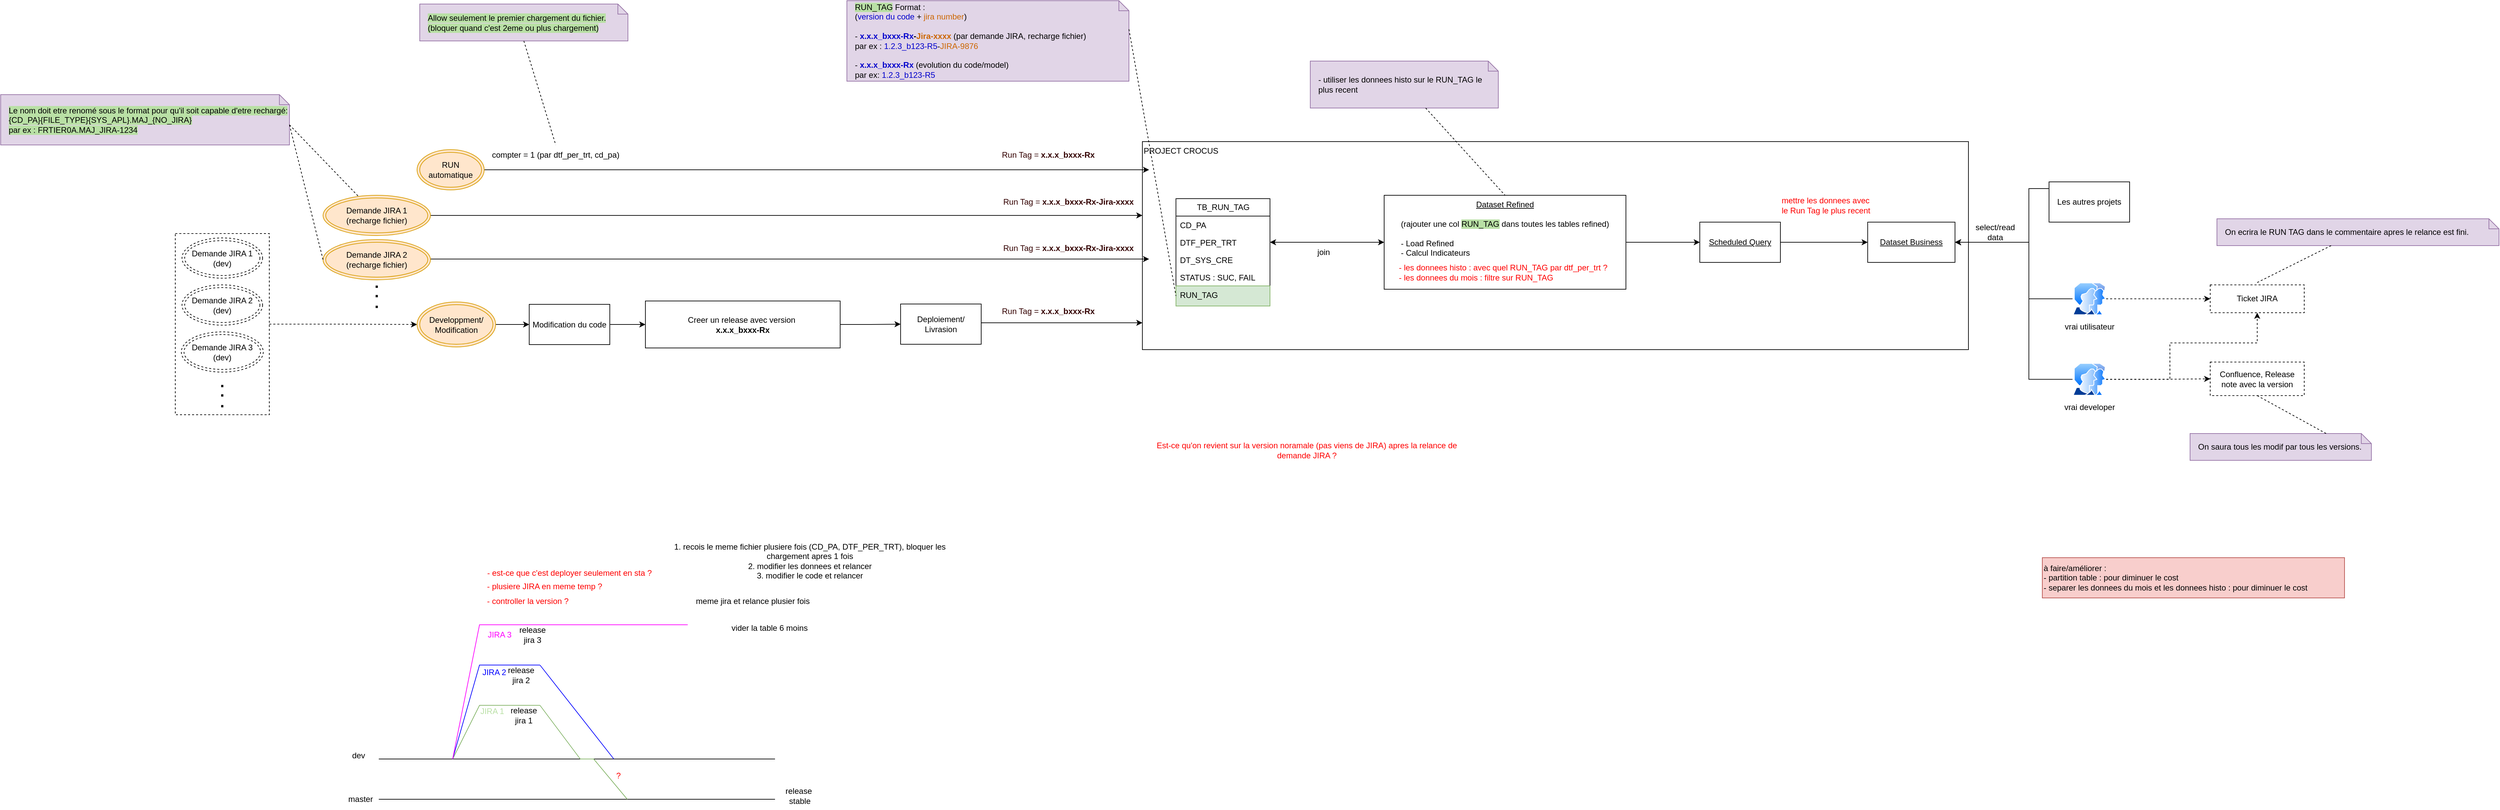
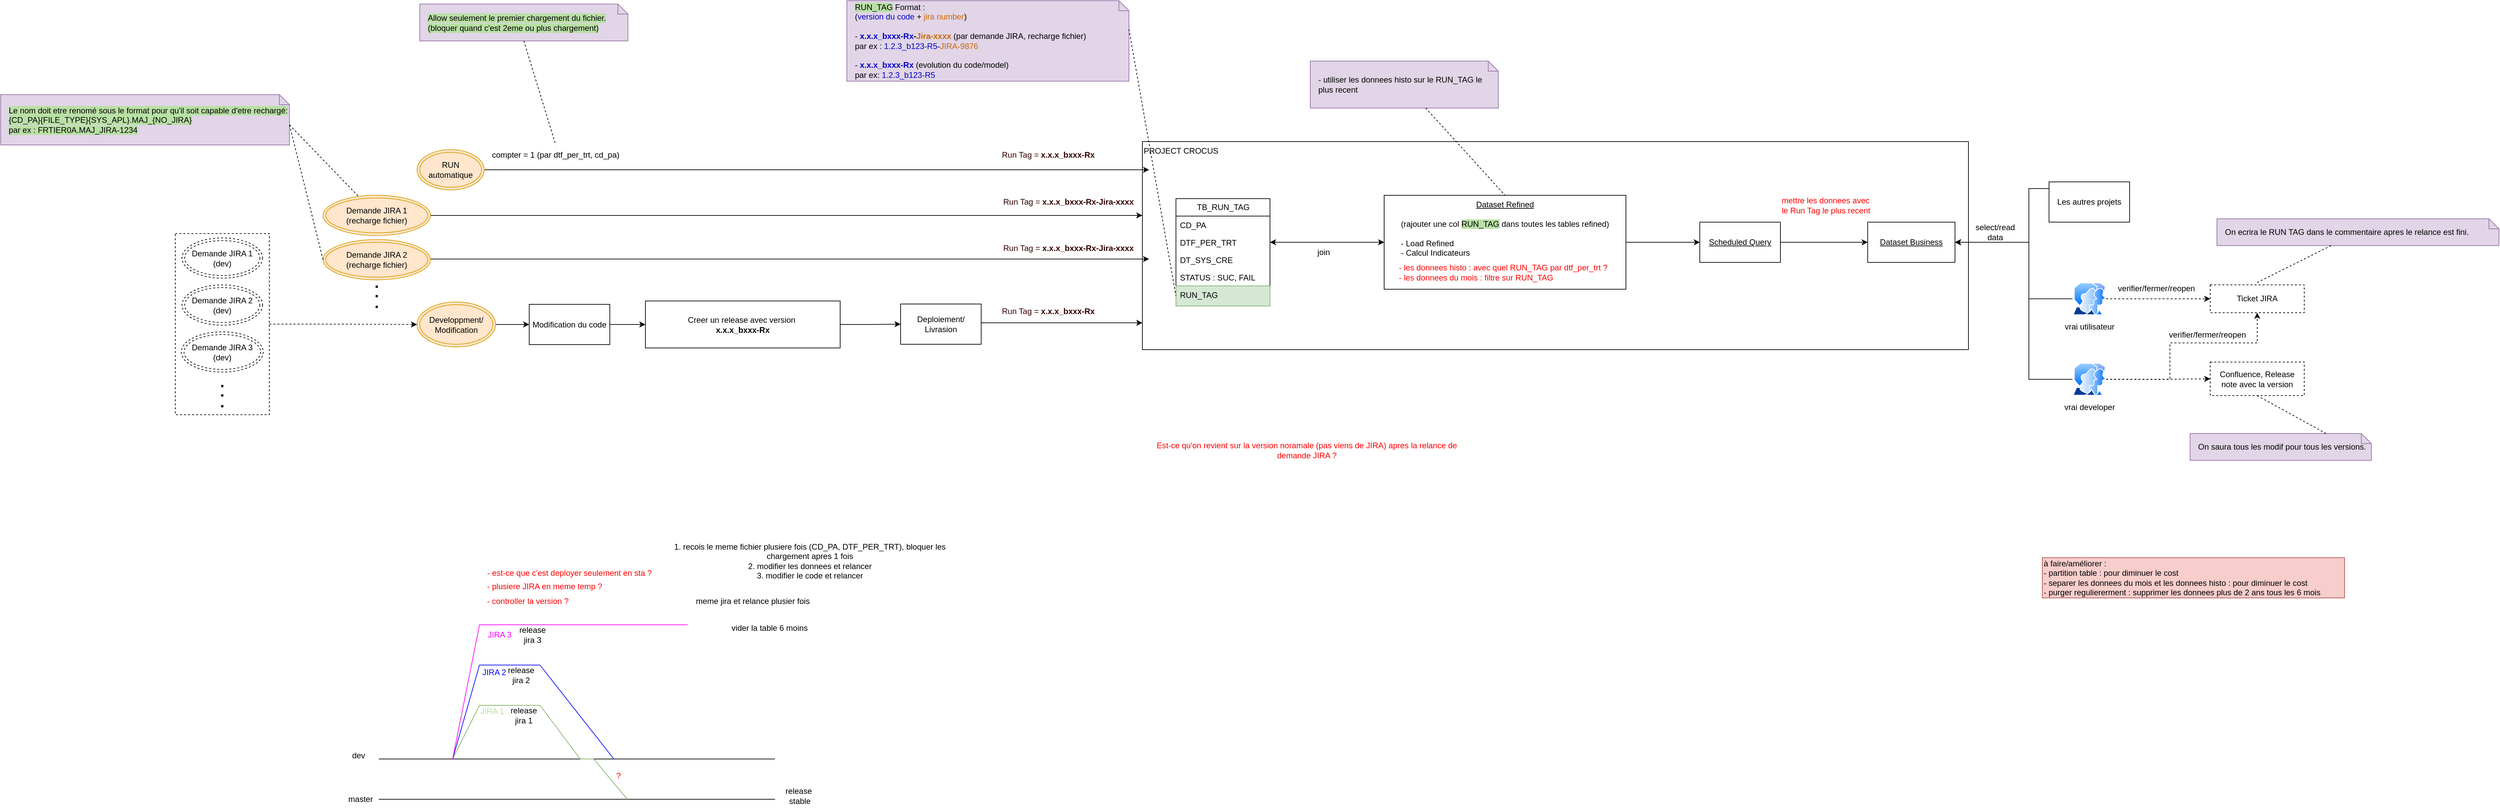
<mxfile host="app.diagrams.net">
  <diagram name="Page-1" id="bEAYSmEDHXBXhFzCy1HB">
    <mxGraphModel dx="3589" dy="2087" grid="1" gridSize="10" guides="1" tooltips="1" connect="1" arrows="1" fold="1" page="1" pageScale="1" pageWidth="827" pageHeight="1169" math="0" shadow="0">
      <root>
        <mxCell id="0" />
        <mxCell id="1" parent="0" />
        <mxCell id="cKu8MT6L8Fp_BZaxLZj7-22" edge="1" parent="1" source="cKu8MT6L8Fp_BZaxLZj7-16" style="edgeStyle=orthogonalEdgeStyle;rounded=0;orthogonalLoop=1;jettySize=auto;html=1;dashed=1;" target="QUzsFoNl6aFI_2ed8XXq-33">
          <mxGeometry relative="1" as="geometry">
            <Array as="points" />
            <mxPoint x="-937.4999999999995" y="382" as="sourcePoint" />
            <mxPoint x="-602.4999999999995" y="365" as="targetPoint" />
          </mxGeometry>
        </mxCell>
        <mxCell id="cKu8MT6L8Fp_BZaxLZj7-16" parent="1" style="rounded=0;whiteSpace=wrap;html=1;dashed=1;" value="" vertex="1">
          <mxGeometry height="270" width="140" x="-1070" y="247" as="geometry" />
        </mxCell>
        <mxCell id="QUzsFoNl6aFI_2ed8XXq-13" parent="1" style="rounded=0;whiteSpace=wrap;html=1;align=left;verticalAlign=top;" value="PROJECT CROCUS" vertex="1">
          <mxGeometry height="310" width="1230" x="370" y="110" as="geometry" />
        </mxCell>
        <mxCell id="QUzsFoNl6aFI_2ed8XXq-1" parent="1" style="swimlane;fontStyle=0;childLayout=stackLayout;horizontal=1;startSize=26;fillColor=none;horizontalStack=0;resizeParent=1;resizeParentMax=0;resizeLast=0;collapsible=1;marginBottom=0;html=1;" value="TB_RUN_TAG" vertex="1">
          <mxGeometry height="160" width="140" x="420" y="195" as="geometry" />
        </mxCell>
        <mxCell id="QUzsFoNl6aFI_2ed8XXq-2" parent="QUzsFoNl6aFI_2ed8XXq-1" style="text;strokeColor=none;fillColor=none;align=left;verticalAlign=top;spacingLeft=4;spacingRight=4;overflow=hidden;rotatable=0;points=[[0,0.5],[1,0.5]];portConstraint=eastwest;whiteSpace=wrap;html=1;" value="CD_PA" vertex="1">
          <mxGeometry height="26" width="140" y="26" as="geometry" />
        </mxCell>
        <mxCell id="QUzsFoNl6aFI_2ed8XXq-3" parent="QUzsFoNl6aFI_2ed8XXq-1" style="text;strokeColor=none;fillColor=none;align=left;verticalAlign=top;spacingLeft=4;spacingRight=4;overflow=hidden;rotatable=0;points=[[0,0.5],[1,0.5]];portConstraint=eastwest;whiteSpace=wrap;html=1;" value="DTF_PER_TRT" vertex="1">
          <mxGeometry height="26" width="140" y="52" as="geometry" />
        </mxCell>
        <mxCell id="QUzsFoNl6aFI_2ed8XXq-4" parent="QUzsFoNl6aFI_2ed8XXq-1" style="text;strokeColor=none;fillColor=none;align=left;verticalAlign=top;spacingLeft=4;spacingRight=4;overflow=hidden;rotatable=0;points=[[0,0.5],[1,0.5]];portConstraint=eastwest;whiteSpace=wrap;html=1;" value="DT_SYS_CRE" vertex="1">
          <mxGeometry height="26" width="140" y="78" as="geometry" />
        </mxCell>
        <mxCell id="QUzsFoNl6aFI_2ed8XXq-105" parent="QUzsFoNl6aFI_2ed8XXq-1" style="text;strokeColor=none;fillColor=none;align=left;verticalAlign=top;spacingLeft=4;spacingRight=4;overflow=hidden;rotatable=0;points=[[0,0.5],[1,0.5]];portConstraint=eastwest;whiteSpace=wrap;html=1;" value="STATUS : SUC, FAIL" vertex="1">
          <mxGeometry height="26" width="140" y="104" as="geometry" />
        </mxCell>
        <mxCell id="QUzsFoNl6aFI_2ed8XXq-5" parent="QUzsFoNl6aFI_2ed8XXq-1" style="text;strokeColor=#82b366;fillColor=#d5e8d4;align=left;verticalAlign=top;spacingLeft=4;spacingRight=4;overflow=hidden;rotatable=0;points=[[0,0.5],[1,0.5]];portConstraint=eastwest;whiteSpace=wrap;html=1;" value="RUN_TAG" vertex="1">
          <mxGeometry height="30" width="140" y="130" as="geometry" />
        </mxCell>
        <mxCell id="QUzsFoNl6aFI_2ed8XXq-7" parent="1" style="shape=note;size=15;align=left;spacingLeft=10;html=1;whiteSpace=wrap;fillColor=#e1d5e7;strokeColor=#9673a6;" value="&lt;span style=&quot;background-color: rgb(185, 224, 165);&quot;&gt;RUN_TAG&lt;/span&gt; Format :&amp;nbsp;&lt;div&gt;(&lt;font style=&quot;color: rgb(0, 0, 204);&quot;&gt;version du code&lt;/font&gt; +&lt;font style=&quot;color: rgb(204, 102, 0);&quot;&gt; &lt;font&gt;jira number&lt;/font&gt;&lt;/font&gt;)&lt;/div&gt;&lt;div&gt;&lt;br&gt;&lt;div&gt;- &lt;b&gt;&lt;font style=&quot;color: rgb(0, 0, 204);&quot;&gt;x.x.x_bxxx-Rx&lt;/font&gt;-&lt;font style=&quot;color: rgb(204, 102, 0);&quot;&gt;Jira-xxxx&lt;/font&gt;&lt;/b&gt; (par demande JIRA, recharge fichier)&amp;nbsp;&lt;/div&gt;&lt;div&gt;par ex : &lt;font style=&quot;color: rgb(0, 0, 204);&quot;&gt;1.2.3_b123-R5&lt;/font&gt;-&lt;font style=&quot;color: rgb(204, 102, 0);&quot;&gt;JIRA-9876&lt;/font&gt;&lt;/div&gt;&lt;div&gt;&lt;br&gt;&lt;/div&gt;&lt;div&gt;-&lt;b&gt; &lt;font style=&quot;color: rgb(0, 0, 204);&quot;&gt;x.x.x_bxxx-Rx&lt;/font&gt;&lt;/b&gt; (evolution du code/model)&lt;/div&gt;&lt;div&gt;&lt;span style=&quot;background-color: transparent; color: light-dark(rgb(0, 0, 0), rgb(255, 255, 255));&quot;&gt;par ex: &lt;/span&gt;&lt;span style=&quot;background-color: transparent;&quot;&gt;&lt;font style=&quot;color: light-dark(rgb(0, 0, 204), rgb(255, 255, 255));&quot;&gt;1.2.3_b123-R5&lt;/font&gt;&lt;/span&gt;&lt;/div&gt;&lt;/div&gt;" vertex="1">
          <mxGeometry height="120" width="420" x="-70" y="-100" as="geometry" />
        </mxCell>
        <mxCell id="QUzsFoNl6aFI_2ed8XXq-8" edge="1" parent="1" source="QUzsFoNl6aFI_2ed8XXq-7" style="edgeStyle=none;endArrow=none;exitX=0;exitY=0;dashed=1;html=1;rounded=0;entryX=0;entryY=0.5;entryDx=0;entryDy=0;exitDx=420;exitDy=42.5;exitPerimeter=0;" target="QUzsFoNl6aFI_2ed8XXq-5" value="">
          <mxGeometry relative="1" x="1" as="geometry">
            <mxPoint x="590" y="660" as="targetPoint" />
          </mxGeometry>
        </mxCell>
        <mxCell id="QUzsFoNl6aFI_2ed8XXq-10" parent="1" style="rounded=0;whiteSpace=wrap;html=1;dashed=1;" value="Confluence, Release note avec la v&lt;span style=&quot;background-color: transparent; color: light-dark(rgb(0, 0, 0), rgb(255, 255, 255));&quot;&gt;ersion&lt;/span&gt;" vertex="1">
          <mxGeometry height="50" width="140" x="1960" y="438.5" as="geometry" />
        </mxCell>
        <mxCell id="QUzsFoNl6aFI_2ed8XXq-11" parent="1" style="rounded=0;whiteSpace=wrap;html=1;dashed=1;" value="Ticket JIRA" vertex="1">
          <mxGeometry height="41.5" width="140" x="1960" y="323.5" as="geometry" />
        </mxCell>
        <mxCell id="QUzsFoNl6aFI_2ed8XXq-42" edge="1" parent="1" source="QUzsFoNl6aFI_2ed8XXq-12" style="edgeStyle=orthogonalEdgeStyle;rounded=0;orthogonalLoop=1;jettySize=auto;html=1;entryX=1;entryY=0.5;entryDx=0;entryDy=0;startArrow=classic;startFill=1;" target="QUzsFoNl6aFI_2ed8XXq-3">
          <mxGeometry relative="1" as="geometry" />
        </mxCell>
        <mxCell id="QUzsFoNl6aFI_2ed8XXq-50" edge="1" parent="1" source="QUzsFoNl6aFI_2ed8XXq-12" style="edgeStyle=orthogonalEdgeStyle;rounded=0;orthogonalLoop=1;jettySize=auto;html=1;" target="QUzsFoNl6aFI_2ed8XXq-46">
          <mxGeometry relative="1" as="geometry">
            <Array as="points" />
          </mxGeometry>
        </mxCell>
        <mxCell id="QUzsFoNl6aFI_2ed8XXq-12" parent="1" style="rounded=0;whiteSpace=wrap;html=1;verticalAlign=top;" value="&lt;u&gt;Dataset Refined&lt;/u&gt;&lt;div&gt;&lt;u&gt;&lt;br&gt;&lt;/u&gt;&lt;div&gt;(rajouter une col &lt;span style=&quot;background-color: rgb(185, 224, 165);&quot;&gt;RUN_TAG&lt;/span&gt;&lt;span&gt; &lt;/span&gt;dans toutes les tables refined)&lt;/div&gt;&lt;div&gt;&lt;br&gt;&lt;/div&gt;&lt;div style=&quot;text-align: left;&quot;&gt;- Load Refined&amp;nbsp; &amp;nbsp; &amp;nbsp; &amp;nbsp;&lt;/div&gt;&lt;div style=&quot;text-align: left;&quot;&gt;- Calcul Indicateurs&lt;/div&gt;&lt;/div&gt;" vertex="1">
          <mxGeometry height="140" width="360" x="730" y="190" as="geometry" />
        </mxCell>
        <mxCell id="QUzsFoNl6aFI_2ed8XXq-27" edge="1" parent="1" source="QUzsFoNl6aFI_2ed8XXq-33" style="edgeStyle=orthogonalEdgeStyle;rounded=0;orthogonalLoop=1;jettySize=auto;html=1;entryX=0;entryY=0.5;entryDx=0;entryDy=0;" target="QUzsFoNl6aFI_2ed8XXq-23">
          <mxGeometry relative="1" as="geometry">
            <mxPoint x="-740" y="198" as="sourcePoint" />
          </mxGeometry>
        </mxCell>
        <mxCell id="QUzsFoNl6aFI_2ed8XXq-19" parent="1" style="text;html=1;whiteSpace=wrap;strokeColor=none;fillColor=none;align=center;verticalAlign=middle;rounded=0;fontColor=#330000;" value="&lt;font style=&quot;&quot;&gt;Run Tag =&amp;nbsp;&lt;/font&gt;&lt;b style=&quot;text-align: left;&quot;&gt;x.x.x_bxxx-Rx-Jira-xxxx&lt;/b&gt;" vertex="1">
          <mxGeometry height="30" width="200" x="160" y="253.5" as="geometry" />
        </mxCell>
        <mxCell id="cKu8MT6L8Fp_BZaxLZj7-37" edge="1" parent="1" source="QUzsFoNl6aFI_2ed8XXq-23" style="edgeStyle=orthogonalEdgeStyle;rounded=0;orthogonalLoop=1;jettySize=auto;html=1;" target="QUzsFoNl6aFI_2ed8XXq-25">
          <mxGeometry relative="1" as="geometry" />
        </mxCell>
        <mxCell id="QUzsFoNl6aFI_2ed8XXq-23" parent="1" style="rounded=0;whiteSpace=wrap;html=1;" value="Modification du code" vertex="1">
          <mxGeometry height="60" width="120" x="-543" y="352.5" as="geometry" />
        </mxCell>
        <mxCell id="QUzsFoNl6aFI_2ed8XXq-31" edge="1" parent="1" source="QUzsFoNl6aFI_2ed8XXq-24" style="edgeStyle=orthogonalEdgeStyle;rounded=0;orthogonalLoop=1;jettySize=auto;html=1;" target="QUzsFoNl6aFI_2ed8XXq-13">
          <mxGeometry relative="1" as="geometry">
            <Array as="points">
              <mxPoint x="180" y="380" />
              <mxPoint x="180" y="380" />
            </Array>
            <mxPoint x="380" y="373" as="targetPoint" />
          </mxGeometry>
        </mxCell>
        <mxCell id="QUzsFoNl6aFI_2ed8XXq-24" parent="1" style="rounded=0;whiteSpace=wrap;html=1;" value="Deploiement/ Livrasion" vertex="1">
          <mxGeometry height="60" width="120" x="10" y="352" as="geometry" />
        </mxCell>
        <mxCell id="cKu8MT6L8Fp_BZaxLZj7-38" edge="1" parent="1" source="QUzsFoNl6aFI_2ed8XXq-25" style="edgeStyle=orthogonalEdgeStyle;rounded=0;orthogonalLoop=1;jettySize=auto;html=1;" target="QUzsFoNl6aFI_2ed8XXq-24">
          <mxGeometry relative="1" as="geometry" />
        </mxCell>
        <mxCell id="QUzsFoNl6aFI_2ed8XXq-25" parent="1" style="rounded=0;whiteSpace=wrap;html=1;" value="Creer un release avec version&amp;nbsp;&lt;div&gt;&lt;span style=&quot;text-align: left;&quot;&gt;&lt;b&gt;x.x.x_bxxx-Rx&lt;/b&gt;&lt;/span&gt;&lt;/div&gt;" vertex="1">
          <mxGeometry height="70" width="290" x="-370" y="347.5" as="geometry" />
        </mxCell>
        <mxCell id="QUzsFoNl6aFI_2ed8XXq-33" parent="1" style="ellipse;shape=doubleEllipse;whiteSpace=wrap;html=1;fillColor=#ffe6cc;strokeColor=#d79b00;" value="Developpment/&lt;div&gt;Modification&lt;/div&gt;" vertex="1">
          <mxGeometry height="67" width="117" x="-710" y="349" as="geometry" />
        </mxCell>
        <mxCell id="cKu8MT6L8Fp_BZaxLZj7-5" edge="1" parent="1" style="edgeStyle=orthogonalEdgeStyle;rounded=0;orthogonalLoop=1;jettySize=auto;html=1;">
          <mxGeometry relative="1" as="geometry">
            <Array as="points">
              <mxPoint x="-470" y="285" />
              <mxPoint x="-470" y="285" />
            </Array>
            <mxPoint x="-690.0000000000005" y="285" as="sourcePoint" />
            <mxPoint x="380" y="285" as="targetPoint" />
          </mxGeometry>
        </mxCell>
        <mxCell id="QUzsFoNl6aFI_2ed8XXq-34" parent="1" style="ellipse;shape=doubleEllipse;whiteSpace=wrap;html=1;fillColor=#ffe6cc;strokeColor=#d79b00;" value="Demande JIRA 2&lt;div&gt;(recharge fichier)&lt;/div&gt;" vertex="1">
          <mxGeometry height="60" width="160" x="-850" y="256" as="geometry" />
        </mxCell>
        <mxCell id="QUzsFoNl6aFI_2ed8XXq-36" edge="1" parent="1" source="QUzsFoNl6aFI_2ed8XXq-35" style="edgeStyle=orthogonalEdgeStyle;rounded=0;orthogonalLoop=1;jettySize=auto;html=1;">
          <mxGeometry relative="1" as="geometry">
            <Array as="points">
              <mxPoint x="110" y="152" />
              <mxPoint x="110" y="152" />
            </Array>
            <mxPoint x="380" y="152.0588235294117" as="targetPoint" />
          </mxGeometry>
        </mxCell>
        <mxCell id="QUzsFoNl6aFI_2ed8XXq-35" parent="1" style="ellipse;shape=doubleEllipse;whiteSpace=wrap;html=1;fillColor=#ffe6cc;strokeColor=#d79b00;" value="RUN automatique" vertex="1">
          <mxGeometry height="60" width="100" x="-710" y="122" as="geometry" />
        </mxCell>
        <mxCell id="QUzsFoNl6aFI_2ed8XXq-40" parent="1" style="shape=note;size=15;align=left;spacingLeft=10;html=1;whiteSpace=wrap;fillColor=#e1d5e7;strokeColor=#9673a6;" value="&lt;div&gt;- utiliser les donnees histo sur le RUN_TAG le plus recent&lt;/div&gt;" vertex="1">
          <mxGeometry height="70" width="280" x="620" y="-10" as="geometry" />
        </mxCell>
        <mxCell id="QUzsFoNl6aFI_2ed8XXq-41" edge="1" parent="1" source="QUzsFoNl6aFI_2ed8XXq-40" style="edgeStyle=none;endArrow=none;dashed=1;html=1;rounded=0;entryX=0.5;entryY=0;entryDx=0;entryDy=0;" target="QUzsFoNl6aFI_2ed8XXq-12" value="">
          <mxGeometry relative="1" x="1" as="geometry">
            <mxPoint x="720" y="650" as="sourcePoint" />
            <mxPoint x="772" y="500" as="targetPoint" />
          </mxGeometry>
        </mxCell>
        <mxCell id="QUzsFoNl6aFI_2ed8XXq-43" parent="1" style="text;html=1;whiteSpace=wrap;strokeColor=none;fillColor=none;align=left;verticalAlign=middle;rounded=0;" value="&lt;font style=&quot;color: rgb(255, 0, 0);&quot;&gt;- les donnees histo : avec quel RUN_TAG par dtf_per_trt ?&lt;/font&gt;&lt;div&gt;&lt;font style=&quot;color: rgb(255, 0, 0);&quot;&gt;- les donnees du mois : f&lt;/font&gt;&lt;span style=&quot;color: light-dark(rgb(255, 0, 0), rgb(255, 144, 144)); background-color: transparent;&quot;&gt;iltre sur RUN_TAG&lt;/span&gt;&lt;/div&gt;" vertex="1">
          <mxGeometry height="30" width="330" x="750" y="290" as="geometry" />
        </mxCell>
        <mxCell id="QUzsFoNl6aFI_2ed8XXq-45" parent="1" style="rounded=0;whiteSpace=wrap;html=1;" value="&lt;u&gt;Dataset Business&lt;/u&gt;" vertex="1">
          <mxGeometry height="60" width="130" x="1450" y="230" as="geometry" />
        </mxCell>
        <mxCell id="QUzsFoNl6aFI_2ed8XXq-48" edge="1" parent="1" source="QUzsFoNl6aFI_2ed8XXq-46" style="edgeStyle=orthogonalEdgeStyle;rounded=0;orthogonalLoop=1;jettySize=auto;html=1;" target="QUzsFoNl6aFI_2ed8XXq-45">
          <mxGeometry relative="1" as="geometry" />
        </mxCell>
        <mxCell id="QUzsFoNl6aFI_2ed8XXq-46" parent="1" style="rounded=0;whiteSpace=wrap;html=1;" value="&lt;u&gt;Scheduled Query&lt;/u&gt;" vertex="1">
          <mxGeometry height="60" width="120" x="1200" y="230" as="geometry" />
        </mxCell>
        <mxCell id="QUzsFoNl6aFI_2ed8XXq-51" parent="1" style="text;html=1;whiteSpace=wrap;strokeColor=none;fillColor=none;align=left;verticalAlign=middle;rounded=0;fontColor=#FF0000;" value="mettre les donnees avec le Run Tag le plus recent" vertex="1">
          <mxGeometry height="30" width="140" x="1320" y="190" as="geometry" />
        </mxCell>
        <mxCell id="QUzsFoNl6aFI_2ed8XXq-59" edge="1" parent="1" source="QUzsFoNl6aFI_2ed8XXq-52" style="edgeStyle=orthogonalEdgeStyle;rounded=0;orthogonalLoop=1;jettySize=auto;html=1;entryX=1;entryY=0.5;entryDx=0;entryDy=0;" target="QUzsFoNl6aFI_2ed8XXq-45">
          <mxGeometry relative="1" as="geometry">
            <Array as="points">
              <mxPoint x="1690" y="180" />
              <mxPoint x="1690" y="260" />
            </Array>
          </mxGeometry>
        </mxCell>
        <mxCell id="QUzsFoNl6aFI_2ed8XXq-52" parent="1" style="rounded=0;whiteSpace=wrap;html=1;" value="Les autres projets" vertex="1">
          <mxGeometry height="60" width="120" x="1720" y="170" as="geometry" />
        </mxCell>
        <mxCell id="QUzsFoNl6aFI_2ed8XXq-58" edge="1" parent="1" source="QUzsFoNl6aFI_2ed8XXq-57" style="edgeStyle=orthogonalEdgeStyle;rounded=0;orthogonalLoop=1;jettySize=auto;html=1;entryX=1;entryY=0.5;entryDx=0;entryDy=0;" target="QUzsFoNl6aFI_2ed8XXq-45">
          <mxGeometry relative="1" as="geometry">
            <Array as="points">
              <mxPoint x="1690" y="344" />
              <mxPoint x="1690" y="260" />
            </Array>
          </mxGeometry>
        </mxCell>
        <mxCell id="QUzsFoNl6aFI_2ed8XXq-65" edge="1" parent="1" source="QUzsFoNl6aFI_2ed8XXq-57" style="edgeStyle=orthogonalEdgeStyle;rounded=0;orthogonalLoop=1;jettySize=auto;html=1;dashed=1;" target="QUzsFoNl6aFI_2ed8XXq-11">
          <mxGeometry relative="1" as="geometry" />
        </mxCell>
        <mxCell id="QUzsFoNl6aFI_2ed8XXq-57" parent="1" style="image;aspect=fixed;perimeter=ellipsePerimeter;html=1;align=center;shadow=0;dashed=0;spacingTop=3;image=img/lib/active_directory/user_accounts.svg;" value="vrai utilisateur" vertex="1">
          <mxGeometry height="48.5" width="50" x="1755" y="320" as="geometry" />
        </mxCell>
        <mxCell id="QUzsFoNl6aFI_2ed8XXq-60" parent="1" style="text;html=1;whiteSpace=wrap;strokeColor=none;fillColor=none;align=center;verticalAlign=middle;rounded=0;" value="select/read data" vertex="1">
          <mxGeometry height="30" width="60" x="1610" y="230" as="geometry" />
        </mxCell>
        <mxCell id="QUzsFoNl6aFI_2ed8XXq-63" edge="1" parent="1" source="QUzsFoNl6aFI_2ed8XXq-62" style="edgeStyle=orthogonalEdgeStyle;rounded=0;orthogonalLoop=1;jettySize=auto;html=1;entryX=1;entryY=0.5;entryDx=0;entryDy=0;" target="QUzsFoNl6aFI_2ed8XXq-45">
          <mxGeometry relative="1" as="geometry">
            <Array as="points">
              <mxPoint x="1690" y="464" />
              <mxPoint x="1690" y="260" />
            </Array>
          </mxGeometry>
        </mxCell>
        <mxCell id="QUzsFoNl6aFI_2ed8XXq-66" edge="1" parent="1" source="QUzsFoNl6aFI_2ed8XXq-62" style="edgeStyle=orthogonalEdgeStyle;rounded=0;orthogonalLoop=1;jettySize=auto;html=1;dashed=1;" target="QUzsFoNl6aFI_2ed8XXq-10">
          <mxGeometry relative="1" as="geometry" />
        </mxCell>
        <mxCell id="QUzsFoNl6aFI_2ed8XXq-68" edge="1" parent="1" source="QUzsFoNl6aFI_2ed8XXq-62" style="edgeStyle=orthogonalEdgeStyle;rounded=0;orthogonalLoop=1;jettySize=auto;html=1;entryX=0.5;entryY=1;entryDx=0;entryDy=0;dashed=1;" target="QUzsFoNl6aFI_2ed8XXq-11">
          <mxGeometry relative="1" as="geometry">
            <Array as="points">
              <mxPoint x="1900" y="464" />
              <mxPoint x="1900" y="410" />
              <mxPoint x="2030" y="410" />
            </Array>
          </mxGeometry>
        </mxCell>
        <mxCell id="QUzsFoNl6aFI_2ed8XXq-62" parent="1" style="image;aspect=fixed;perimeter=ellipsePerimeter;html=1;align=center;shadow=0;dashed=0;spacingTop=3;image=img/lib/active_directory/user_accounts.svg;" value="vrai developer" vertex="1">
          <mxGeometry height="48.5" width="50" x="1755" y="440" as="geometry" />
        </mxCell>
        <mxCell id="QUzsFoNl6aFI_2ed8XXq-69" parent="1" style="shape=note;size=15;align=left;spacingLeft=10;html=1;whiteSpace=wrap;fillColor=#e1d5e7;strokeColor=#9673a6;" value="On ecrira le RUN TAG dans le commentaire apres le relance est fini." vertex="1">
          <mxGeometry height="40" width="420" x="1970" y="225" as="geometry" />
        </mxCell>
        <mxCell id="QUzsFoNl6aFI_2ed8XXq-70" edge="1" parent="1" source="QUzsFoNl6aFI_2ed8XXq-69" style="edgeStyle=none;endArrow=none;dashed=1;html=1;rounded=0;" value="">
          <mxGeometry relative="1" x="1" as="geometry">
            <mxPoint x="970" y="210" as="sourcePoint" />
            <mxPoint x="2030" y="320" as="targetPoint" />
          </mxGeometry>
        </mxCell>
-         <mxCell id="QUzsFoNl6aFI_2ed8XXq-71" parent="1" style="shape=note;size=15;align=left;spacingLeft=10;html=1;whiteSpace=wrap;fillColor=#e1d5e7;strokeColor=#9673a6;" value="On saura tous les modif par tous les versions." vertex="1">
+         <mxCell id="QUzsFoNl6aFI_2ed8XXq-71" parent="1" style="shape=note;size=15;align=left;spacingLeft=10;html=1;whiteSpace=wrap;fillColor=#e1d5e7;strokeColor=#9673a6;" value="On saura tous les modif pour tous les versions." vertex="1">
          <mxGeometry height="40" width="270" x="1930" y="545" as="geometry" />
        </mxCell>
        <mxCell id="QUzsFoNl6aFI_2ed8XXq-72" edge="1" parent="1" source="QUzsFoNl6aFI_2ed8XXq-71" style="edgeStyle=none;endArrow=none;dashed=1;html=1;rounded=0;entryX=0.5;entryY=1;entryDx=0;entryDy=0;exitX=0;exitY=0;exitDx=202.5;exitDy=0;exitPerimeter=0;" target="QUzsFoNl6aFI_2ed8XXq-10" value="">
          <mxGeometry relative="1" x="1" as="geometry">
            <mxPoint x="2180" y="470" as="sourcePoint" />
            <mxPoint x="2070" y="525" as="targetPoint" />
          </mxGeometry>
        </mxCell>
-         <mxCell id="QUzsFoNl6aFI_2ed8XXq-74" parent="1" style="rounded=0;whiteSpace=wrap;html=1;align=left;fillColor=#f8cecc;strokeColor=#b85450;" value="à faire/améliorer :&lt;div&gt;- partition table : pour diminuer le cost&lt;/div&gt;&lt;div&gt;- separer les donnees du mois et les donnees histo&amp;nbsp;&lt;span style=&quot;background-color: transparent; color: light-dark(rgb(0, 0, 0), rgb(255, 255, 255));&quot;&gt;: pour diminuer le cost&lt;/span&gt;&lt;/div&gt;" vertex="1">
+         <mxCell id="QUzsFoNl6aFI_2ed8XXq-74" parent="1" style="rounded=0;whiteSpace=wrap;html=1;align=left;fillColor=#f8cecc;strokeColor=#b85450;" value="à faire/améliorer :&lt;div&gt;- partition table : pour diminuer le cost&lt;/div&gt;&lt;div&gt;- separer les donnees du mois et les donnees histo&amp;nbsp;&lt;span style=&quot;background-color: transparent; color: light-dark(rgb(0, 0, 0), rgb(255, 255, 255));&quot;&gt;: pour diminuer le cost&lt;/span&gt;&lt;/div&gt;&lt;div&gt;&lt;span style=&quot;background-color: transparent; color: light-dark(rgb(0, 0, 0), rgb(255, 255, 255));&quot;&gt;- purger reguliererment : supprimer les donnees plus de 2 ans tous les 6 mois&lt;/span&gt;&lt;/div&gt;" vertex="1">
          <mxGeometry height="60" width="450" x="1710" y="730" as="geometry" />
        </mxCell>
        <mxCell id="QUzsFoNl6aFI_2ed8XXq-76" parent="1" style="text;html=1;whiteSpace=wrap;strokeColor=none;fillColor=none;align=center;verticalAlign=middle;rounded=0;" value="join" vertex="1">
          <mxGeometry height="30" width="60" x="610" y="260" as="geometry" />
        </mxCell>
        <mxCell id="QUzsFoNl6aFI_2ed8XXq-77" parent="1" style="text;html=1;whiteSpace=wrap;strokeColor=none;fillColor=none;align=center;verticalAlign=middle;rounded=0;fontColor=#FF0000;" value="Est-ce qu&#39;on revient sur la version noramale (pas viens de JIRA) apres la relance de demande JIRA ?" vertex="1">
          <mxGeometry height="30" width="470" x="380" y="555" as="geometry" />
        </mxCell>
        <mxCell id="QUzsFoNl6aFI_2ed8XXq-78" parent="1" style="text;html=1;whiteSpace=wrap;strokeColor=none;fillColor=none;align=center;verticalAlign=middle;rounded=0;fontColor=#FF0000;" value="- est-ce que c&#39;est deployer seulement en sta ?" vertex="1">
          <mxGeometry height="30" width="290" x="-628" y="738" as="geometry" />
        </mxCell>
        <mxCell id="QUzsFoNl6aFI_2ed8XXq-79" parent="1" style="text;html=1;whiteSpace=wrap;strokeColor=none;fillColor=none;align=center;verticalAlign=middle;rounded=0;fontColor=#FF0000;" value="- plusiere JIRA en meme temp ?" vertex="1">
          <mxGeometry height="30" width="290" x="-665" y="758" as="geometry" />
        </mxCell>
        <mxCell id="QUzsFoNl6aFI_2ed8XXq-80" parent="1" style="text;html=1;whiteSpace=wrap;strokeColor=none;fillColor=none;align=center;verticalAlign=middle;rounded=0;fontColor=#FF0000;" value="- controller la version ?" vertex="1">
          <mxGeometry height="30" width="290" x="-690" y="780" as="geometry" />
        </mxCell>
        <mxCell id="QUzsFoNl6aFI_2ed8XXq-81" edge="1" parent="1" style="endArrow=none;html=1;rounded=0;" value="">
          <mxGeometry height="50" relative="1" width="50" as="geometry">
            <mxPoint x="-767" y="1030" as="sourcePoint" />
            <mxPoint x="-177" y="1030" as="targetPoint" />
          </mxGeometry>
        </mxCell>
        <mxCell id="QUzsFoNl6aFI_2ed8XXq-83" edge="1" parent="1" style="endArrow=none;html=1;rounded=0;fillColor=#d5e8d4;strokeColor=#82b366;" value="">
          <mxGeometry height="50" relative="1" width="50" as="geometry">
            <Array as="points">
              <mxPoint x="-617" y="950" />
            </Array>
            <mxPoint x="-657" y="1030" as="sourcePoint" />
            <mxPoint x="-527" y="950" as="targetPoint" />
          </mxGeometry>
        </mxCell>
        <mxCell id="QUzsFoNl6aFI_2ed8XXq-84" parent="1" style="text;html=1;whiteSpace=wrap;strokeColor=none;fillColor=none;align=center;verticalAlign=middle;rounded=0;" value="dev" vertex="1">
          <mxGeometry height="30" width="60" x="-827" y="1010" as="geometry" />
        </mxCell>
        <mxCell id="QUzsFoNl6aFI_2ed8XXq-85" edge="1" parent="1" style="endArrow=none;html=1;rounded=0;strokeColor=#0000FF;" value="">
          <mxGeometry height="50" relative="1" width="50" as="geometry">
            <Array as="points">
              <mxPoint x="-617" y="890" />
            </Array>
            <mxPoint x="-657" y="1030" as="sourcePoint" />
            <mxPoint x="-527" y="890" as="targetPoint" />
          </mxGeometry>
        </mxCell>
        <mxCell id="QUzsFoNl6aFI_2ed8XXq-86" edge="1" parent="1" style="endArrow=none;html=1;rounded=0;strokeColor=#FF00FF;" value="">
          <mxGeometry height="50" relative="1" width="50" as="geometry">
            <Array as="points">
              <mxPoint x="-617" y="830" />
            </Array>
            <mxPoint x="-657" y="1030" as="sourcePoint" />
            <mxPoint x="-307" y="830" as="targetPoint" />
          </mxGeometry>
        </mxCell>
        <mxCell id="QUzsFoNl6aFI_2ed8XXq-87" parent="1" style="text;html=1;whiteSpace=wrap;strokeColor=none;fillColor=none;align=center;verticalAlign=middle;rounded=0;fontColor=#B9E0A5;" value="JIRA 1" vertex="1">
          <mxGeometry height="30" width="60" x="-628" y="944" as="geometry" />
        </mxCell>
        <mxCell id="QUzsFoNl6aFI_2ed8XXq-88" parent="1" style="text;html=1;whiteSpace=wrap;strokeColor=none;fillColor=none;align=center;verticalAlign=middle;rounded=0;fontColor=#0000FF;" value="JIRA 2" vertex="1">
          <mxGeometry height="30" width="60" x="-625" y="886" as="geometry" />
        </mxCell>
        <mxCell id="QUzsFoNl6aFI_2ed8XXq-89" parent="1" style="text;html=1;whiteSpace=wrap;strokeColor=none;fillColor=none;align=center;verticalAlign=middle;rounded=0;fontColor=#FF00FF;" value="JIRA 3" vertex="1">
          <mxGeometry height="30" width="60" x="-617" y="830" as="geometry" />
        </mxCell>
        <mxCell id="QUzsFoNl6aFI_2ed8XXq-90" edge="1" parent="1" style="endArrow=none;html=1;rounded=0;" value="">
          <mxGeometry height="50" relative="1" width="50" as="geometry">
            <mxPoint x="-767" y="1090" as="sourcePoint" />
            <mxPoint x="-177" y="1090" as="targetPoint" />
          </mxGeometry>
        </mxCell>
        <mxCell id="QUzsFoNl6aFI_2ed8XXq-91" parent="1" style="text;html=1;whiteSpace=wrap;strokeColor=none;fillColor=none;align=center;verticalAlign=middle;rounded=0;" value="master" vertex="1">
          <mxGeometry height="30" width="60" x="-824" y="1075" as="geometry" />
        </mxCell>
        <mxCell id="QUzsFoNl6aFI_2ed8XXq-92" edge="1" parent="1" style="endArrow=none;html=1;rounded=0;fillColor=#d5e8d4;strokeColor=#82b366;" value="">
          <mxGeometry height="50" relative="1" width="50" as="geometry">
            <mxPoint x="-527" y="950" as="sourcePoint" />
            <mxPoint x="-467" y="1030" as="targetPoint" />
          </mxGeometry>
        </mxCell>
        <mxCell id="QUzsFoNl6aFI_2ed8XXq-94" edge="1" parent="1" style="endArrow=none;html=1;rounded=0;strokeColor=#0000FF;" value="">
          <mxGeometry height="50" relative="1" width="50" as="geometry">
            <mxPoint x="-527" y="890" as="sourcePoint" />
            <mxPoint x="-417" y="1030" as="targetPoint" />
          </mxGeometry>
        </mxCell>
        <mxCell id="QUzsFoNl6aFI_2ed8XXq-95" edge="1" parent="1" style="endArrow=none;html=1;rounded=0;fillColor=#d5e8d4;strokeColor=#82b366;" value="">
          <mxGeometry height="50" relative="1" width="50" as="geometry">
            <mxPoint x="-447" y="1030" as="sourcePoint" />
            <mxPoint x="-397" y="1090" as="targetPoint" />
          </mxGeometry>
        </mxCell>
        <mxCell id="QUzsFoNl6aFI_2ed8XXq-96" edge="1" parent="1" style="endArrow=none;html=1;rounded=0;fillColor=#d5e8d4;strokeColor=#82b366;" value="">
          <mxGeometry height="50" relative="1" width="50" as="geometry">
            <mxPoint x="-467" y="1030" as="sourcePoint" />
            <mxPoint x="-447" y="1030" as="targetPoint" />
          </mxGeometry>
        </mxCell>
        <mxCell id="QUzsFoNl6aFI_2ed8XXq-98" parent="1" style="text;html=1;whiteSpace=wrap;strokeColor=none;fillColor=none;align=center;verticalAlign=middle;rounded=0;" value="release jira 2" vertex="1">
          <mxGeometry height="30" width="60" x="-585" y="890" as="geometry" />
        </mxCell>
        <mxCell id="QUzsFoNl6aFI_2ed8XXq-99" parent="1" style="text;html=1;whiteSpace=wrap;strokeColor=none;fillColor=none;align=center;verticalAlign=middle;rounded=0;" value="release jira 1" vertex="1">
          <mxGeometry height="30" width="60" x="-581" y="950" as="geometry" />
        </mxCell>
        <mxCell id="QUzsFoNl6aFI_2ed8XXq-100" parent="1" style="text;html=1;whiteSpace=wrap;strokeColor=none;fillColor=none;align=center;verticalAlign=middle;rounded=0;" value="release jira 3" vertex="1">
          <mxGeometry height="30" width="60" x="-568" y="830" as="geometry" />
        </mxCell>
        <mxCell id="QUzsFoNl6aFI_2ed8XXq-101" parent="1" style="text;html=1;whiteSpace=wrap;strokeColor=none;fillColor=none;align=center;verticalAlign=middle;rounded=0;" value="release&amp;nbsp; stable" vertex="1">
          <mxGeometry height="30" width="60" x="-170" y="1070" as="geometry" />
        </mxCell>
        <mxCell id="QUzsFoNl6aFI_2ed8XXq-103" parent="1" style="text;html=1;whiteSpace=wrap;strokeColor=none;fillColor=none;align=center;verticalAlign=middle;rounded=0;fontColor=#FF0000;" value="?" vertex="1">
          <mxGeometry height="30" width="60" x="-440" y="1040" as="geometry" />
        </mxCell>
        <mxCell id="QUzsFoNl6aFI_2ed8XXq-104" parent="1" style="text;html=1;whiteSpace=wrap;strokeColor=none;fillColor=none;align=center;verticalAlign=middle;rounded=0;" value="compter = 1 (par dtf_per_trt, cd_pa)" vertex="1">
          <mxGeometry height="30" width="227" x="-617" y="115" as="geometry" />
        </mxCell>
        <mxCell id="QUzsFoNl6aFI_2ed8XXq-106" parent="1" style="text;html=1;whiteSpace=wrap;strokeColor=none;fillColor=none;align=center;verticalAlign=middle;rounded=0;" value="1. recois le meme fichier plusiere fois (CD_PA, DTF_PER_TRT), bloquer les chargement apres 1 fois&lt;div&gt;2. modifier les donnees et relancer&lt;/div&gt;&lt;div&gt;3. modifier le code et relancer&lt;/div&gt;" vertex="1">
          <mxGeometry height="30" width="470" x="-360" y="720" as="geometry" />
        </mxCell>
        <mxCell id="QUzsFoNl6aFI_2ed8XXq-107" parent="1" style="text;html=1;whiteSpace=wrap;strokeColor=none;fillColor=none;align=center;verticalAlign=middle;rounded=0;" value="meme jira et relance plusier fois" vertex="1">
          <mxGeometry height="30" width="240" x="-330" y="780" as="geometry" />
        </mxCell>
        <mxCell id="QUzsFoNl6aFI_2ed8XXq-108" parent="1" style="text;html=1;whiteSpace=wrap;strokeColor=none;fillColor=none;align=center;verticalAlign=middle;rounded=0;" value="vider la table 6 moins" vertex="1">
          <mxGeometry height="30" width="170" x="-270" y="820" as="geometry" />
        </mxCell>
        <mxCell id="cKu8MT6L8Fp_BZaxLZj7-1" parent="1" style="shape=note;size=15;align=left;spacingLeft=10;html=1;whiteSpace=wrap;fillColor=#e1d5e7;strokeColor=#9673a6;" value="&lt;span style=&quot;background-color: rgb(185, 224, 165);&quot;&gt;Allow seulement le premier chargement du fichier.&lt;br&gt;(bloquer quand c&#39;est 2eme ou plus chargement)&lt;/span&gt;" vertex="1">
          <mxGeometry height="55" width="310" x="-706" y="-95" as="geometry" />
        </mxCell>
        <mxCell id="cKu8MT6L8Fp_BZaxLZj7-2" edge="1" parent="1" source="cKu8MT6L8Fp_BZaxLZj7-1" style="edgeStyle=none;endArrow=none;exitX=0.5;exitY=1;dashed=1;html=1;rounded=0;entryX=0.5;entryY=0;entryDx=0;entryDy=0;exitDx=0;exitDy=0;exitPerimeter=0;" target="QUzsFoNl6aFI_2ed8XXq-104" value="">
          <mxGeometry relative="1" x="1" as="geometry">
            <mxPoint x="590" y="300" as="sourcePoint" />
            <mxPoint x="680" y="507" as="targetPoint" />
          </mxGeometry>
        </mxCell>
        <mxCell id="cKu8MT6L8Fp_BZaxLZj7-3" parent="1" style="ellipse;shape=doubleEllipse;whiteSpace=wrap;html=1;dashed=1;" value="Demande JIRA 1&lt;div&gt;(dev)&lt;/div&gt;" vertex="1">
          <mxGeometry height="60" width="120" x="-1060" y="253.5" as="geometry" />
        </mxCell>
        <mxCell id="cKu8MT6L8Fp_BZaxLZj7-7" parent="1" style="text;html=1;whiteSpace=wrap;strokeColor=none;fillColor=none;align=center;verticalAlign=middle;rounded=0;fontColor=#330000;" value="&lt;font style=&quot;&quot;&gt;Run Tag =&amp;nbsp;&lt;b style=&quot;text-align: left;&quot;&gt;x.x.x_bxxx-Rx&lt;/b&gt;&lt;/font&gt;" vertex="1">
          <mxGeometry height="30" width="200" x="130" y="115" as="geometry" />
        </mxCell>
        <mxCell id="cKu8MT6L8Fp_BZaxLZj7-11" parent="1" style="shape=note;size=15;align=left;spacingLeft=10;html=1;whiteSpace=wrap;fillColor=#e1d5e7;strokeColor=#9673a6;" value="&lt;span style=&quot;background-color: rgb(185, 224, 165);&quot;&gt;Le nom doit etre renomé sous le format pour qu&#39;il soit capable d&#39;etre rechargé:&lt;br&gt;{CD_PA}{FILE_TYPE}{SYS_APL}.MAJ_{NO_JIRA}&lt;/span&gt;&lt;div&gt;&lt;span style=&quot;background-color: rgb(185, 224, 165);&quot;&gt;par ex : FRTIER0A.MAJ_JIRA-1234&lt;/span&gt;&lt;/div&gt;" vertex="1">
          <mxGeometry height="75" width="430" x="-1330" y="40" as="geometry" />
        </mxCell>
        <mxCell id="cKu8MT6L8Fp_BZaxLZj7-14" parent="1" style="ellipse;shape=doubleEllipse;whiteSpace=wrap;html=1;dashed=1;" value="Demande JIRA 2&lt;div&gt;(dev)&lt;/div&gt;" vertex="1">
          <mxGeometry height="60" width="120" x="-1060" y="323.5" as="geometry" />
        </mxCell>
        <mxCell id="cKu8MT6L8Fp_BZaxLZj7-15" parent="1" style="ellipse;shape=doubleEllipse;whiteSpace=wrap;html=1;dashed=1;" value="Demande JIRA 3&lt;div&gt;(dev)&lt;/div&gt;" vertex="1">
          <mxGeometry height="60" width="122" x="-1061" y="393.5" as="geometry" />
        </mxCell>
        <mxCell id="cKu8MT6L8Fp_BZaxLZj7-19" parent="1" style="text;html=1;whiteSpace=wrap;strokeColor=none;fillColor=none;align=center;verticalAlign=middle;rounded=0;fontSize=23;fontStyle=1" value="." vertex="1">
          <mxGeometry height="30" width="60" x="-1030" y="453.25" as="geometry" />
        </mxCell>
        <mxCell id="cKu8MT6L8Fp_BZaxLZj7-20" parent="1" style="text;html=1;whiteSpace=wrap;strokeColor=none;fillColor=none;align=center;verticalAlign=middle;rounded=0;fontSize=23;fontStyle=1" value="." vertex="1">
          <mxGeometry height="30" width="60" x="-1030" y="467" as="geometry" />
        </mxCell>
        <mxCell id="cKu8MT6L8Fp_BZaxLZj7-21" parent="1" style="text;html=1;whiteSpace=wrap;strokeColor=none;fillColor=none;align=center;verticalAlign=middle;rounded=0;fontSize=23;fontStyle=1" value="." vertex="1">
          <mxGeometry height="30" width="60" x="-1030" y="483.25" as="geometry" />
        </mxCell>
        <mxCell id="cKu8MT6L8Fp_BZaxLZj7-24" edge="1" parent="1" source="cKu8MT6L8Fp_BZaxLZj7-23" style="edgeStyle=orthogonalEdgeStyle;rounded=0;orthogonalLoop=1;jettySize=auto;html=1;" target="QUzsFoNl6aFI_2ed8XXq-13">
          <mxGeometry relative="1" as="geometry">
            <Array as="points">
              <mxPoint x="120" y="220" />
              <mxPoint x="120" y="220" />
            </Array>
          </mxGeometry>
        </mxCell>
        <mxCell id="cKu8MT6L8Fp_BZaxLZj7-23" parent="1" style="ellipse;shape=doubleEllipse;whiteSpace=wrap;html=1;fillColor=#ffe6cc;strokeColor=#d79b00;" value="Demande JIRA 1&lt;div&gt;(recharge fichier)&lt;/div&gt;" vertex="1">
          <mxGeometry height="60" width="160" x="-850" y="190" as="geometry" />
        </mxCell>
        <mxCell id="cKu8MT6L8Fp_BZaxLZj7-25" edge="1" parent="1" source="cKu8MT6L8Fp_BZaxLZj7-11" style="edgeStyle=none;endArrow=none;exitX=0;exitY=0;dashed=1;html=1;rounded=0;exitDx=430;exitDy=45;exitPerimeter=0;" target="cKu8MT6L8Fp_BZaxLZj7-23" value="">
          <mxGeometry relative="1" x="1" as="geometry">
            <mxPoint x="-520" y="10" as="sourcePoint" />
            <mxPoint x="-490" y="150" as="targetPoint" />
          </mxGeometry>
        </mxCell>
        <mxCell id="cKu8MT6L8Fp_BZaxLZj7-26" edge="1" parent="1" source="cKu8MT6L8Fp_BZaxLZj7-11" style="edgeStyle=none;endArrow=none;exitX=0;exitY=0;dashed=1;html=1;rounded=0;exitDx=430;exitDy=45;exitPerimeter=0;entryX=0;entryY=0.5;entryDx=0;entryDy=0;" target="QUzsFoNl6aFI_2ed8XXq-34" value="">
          <mxGeometry relative="1" x="1" as="geometry">
            <mxPoint x="-900" y="200" as="sourcePoint" />
            <mxPoint x="-801" y="244" as="targetPoint" />
          </mxGeometry>
        </mxCell>
        <mxCell id="cKu8MT6L8Fp_BZaxLZj7-27" parent="1" style="text;html=1;whiteSpace=wrap;strokeColor=none;fillColor=none;align=center;verticalAlign=middle;rounded=0;fontSize=23;fontStyle=1" value="." vertex="1">
          <mxGeometry height="30" width="60" x="-800" y="305" as="geometry" />
        </mxCell>
        <mxCell id="cKu8MT6L8Fp_BZaxLZj7-28" parent="1" style="text;html=1;whiteSpace=wrap;strokeColor=none;fillColor=none;align=center;verticalAlign=middle;rounded=0;fontSize=23;fontStyle=1" value="." vertex="1">
          <mxGeometry height="30" width="60" x="-800" y="335" as="geometry" />
        </mxCell>
        <mxCell id="cKu8MT6L8Fp_BZaxLZj7-29" parent="1" style="text;html=1;whiteSpace=wrap;strokeColor=none;fillColor=none;align=center;verticalAlign=middle;rounded=0;fontSize=23;fontStyle=1" value="." vertex="1">
          <mxGeometry height="30" width="60" x="-800" y="318.5" as="geometry" />
        </mxCell>
        <mxCell id="cKu8MT6L8Fp_BZaxLZj7-31" parent="1" style="text;html=1;whiteSpace=wrap;strokeColor=none;fillColor=none;align=center;verticalAlign=middle;rounded=0;fontColor=#330000;" value="&lt;font style=&quot;&quot;&gt;Run Tag =&amp;nbsp;&lt;/font&gt;&lt;b style=&quot;text-align: left;&quot;&gt;x.x.x_bxxx-Rx-Jira-xxxx&lt;/b&gt;" vertex="1">
          <mxGeometry height="30" width="200" x="160" y="185" as="geometry" />
        </mxCell>
        <mxCell id="cKu8MT6L8Fp_BZaxLZj7-33" parent="1" style="text;html=1;whiteSpace=wrap;strokeColor=none;fillColor=none;align=center;verticalAlign=middle;rounded=0;fontColor=#330000;" value="&lt;font style=&quot;&quot;&gt;Run Tag =&amp;nbsp;&lt;b style=&quot;text-align: left;&quot;&gt;x.x.x_bxxx-Rx&lt;/b&gt;&lt;/font&gt;" vertex="1">
          <mxGeometry height="30" width="200" x="130" y="347.5" as="geometry" />
+         </mxCell>
+         <mxCell id="cKu8MT6L8Fp_BZaxLZj7-39" parent="1" style="text;html=1;whiteSpace=wrap;strokeColor=none;fillColor=none;align=center;verticalAlign=middle;rounded=0;" value="verifier/fermer/reopen" vertex="1">
+           <mxGeometry height="30" width="60" x="1850" y="313.5" as="geometry" />
+         </mxCell>
+         <mxCell id="cKu8MT6L8Fp_BZaxLZj7-40" parent="1" style="text;html=1;whiteSpace=wrap;strokeColor=none;fillColor=none;align=center;verticalAlign=middle;rounded=0;" value="verifier/fermer/reopen" vertex="1">
+           <mxGeometry height="30" width="60" x="1926" y="382.5" as="geometry" />
        </mxCell>
      </root>
    </mxGraphModel>
  </diagram>
</mxfile>
